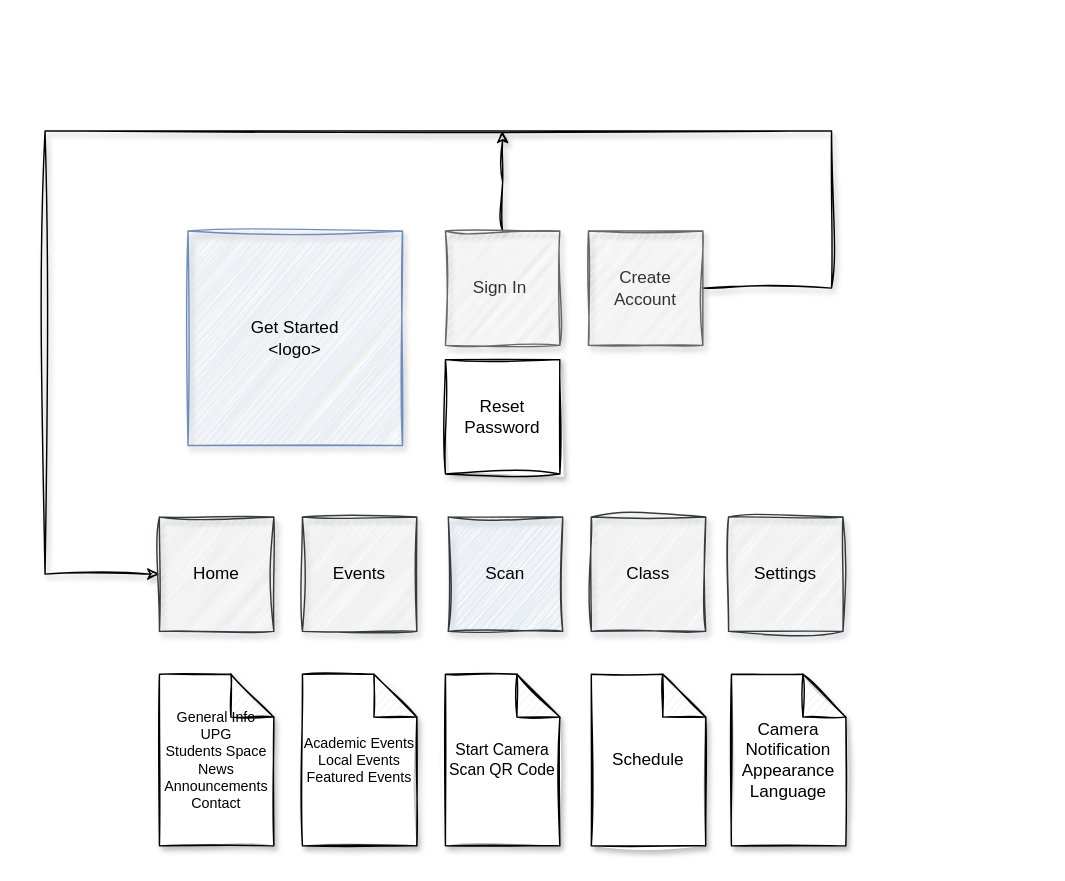
Before: UPG.drawio in drak0niii/UPG, a draw.io diagram. Source tidied: cells renumbered, new cells numbered last; positions are measured from the earlier drawing's top-left corner, leaving out a move shared by most shapes. Both pictures are drawn from the tidied source at 143%, with x=0, y=0 at pixel (44, 130).
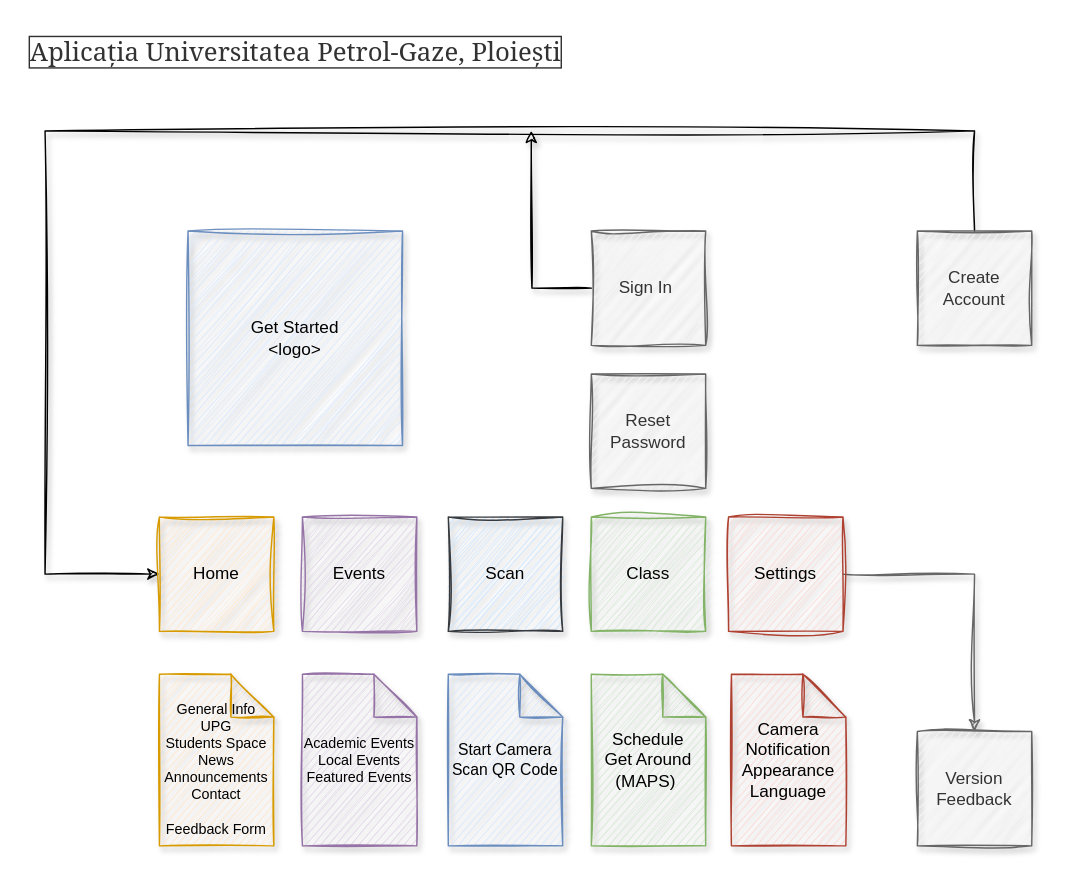
The same diagram, later.

Diff of the diagram source:
```diff
@@
-    <mxCell id="2" value="Class" style="whiteSpace=wrap;html=1;shadow=1;sketch=1;curveFitting=1;jiggle=2;fillColor=#eeeeee;strokeColor=#36393d;" parent="1" vertex="1">
+    <mxCell id="2" value="Class" style="whiteSpace=wrap;html=1;shadow=1;sketch=1;curveFitting=1;jiggle=2;fillColor=#d5e8d4;strokeColor=#82b366;" parent="1" vertex="1">
       <mxGeometry x="382" y="270" width="80" height="80" as="geometry" />
     </mxCell>
@@
-    <mxCell id="5" style="edgeStyle=orthogonalEdgeStyle;rounded=0;jettySize=auto;html=1;sketch=1;curveFitting=1;jiggle=2;shadow=1;" parent="1" edge="1" source="6">
-      <mxGeometry relative="1" as="geometry">
-        <mxPoint x="320" as="targetPoint" />
-      </mxGeometry>
-    </mxCell>
+    <mxCell id="18" style="edgeStyle=orthogonalEdgeStyle;rounded=0;sketch=1;jettySize=auto;html=1;shadow=1;" parent="1" edge="1" source="6">
+      <mxGeometry relative="1" as="geometry">
+        <mxPoint x="340" as="targetPoint" />
+      </mxGeometry>
+    </mxCell>
     <mxCell id="6" value="Sign In&amp;nbsp;" style="whiteSpace=wrap;html=1;shadow=1;sketch=1;curveFitting=1;jiggle=2;fillColor=#f5f5f5;fontColor=#333333;strokeColor=#666666;" parent="1" vertex="1">
-      <mxGeometry x="280" y="70" width="80" height="80" as="geometry" />
+      <mxGeometry x="382" y="70" width="80" height="80" as="geometry" />
     </mxCell>
-    <mxCell id="7" style="edgeStyle=orthogonalEdgeStyle;rounded=0;jettySize=auto;html=1;exitX=1;exitY=0.5;exitDx=0;exitDy=0;entryX=0;entryY=0.5;entryDx=0;entryDy=0;sketch=1;curveFitting=1;jiggle=2;shadow=1;" parent="1" edge="1" source="8" target="11">
+    <mxCell id="7" style="edgeStyle=orthogonalEdgeStyle;rounded=0;jettySize=auto;html=1;exitX=0.5;exitY=0;exitDx=0;exitDy=0;entryX=0;entryY=0.5;entryDx=0;entryDy=0;sketch=1;curveFitting=1;jiggle=2;shadow=1;" parent="1" edge="1" source="8" target="11">
       <mxGeometry relative="1" as="geometry">
         <Array as="points">
-          <mxPoint x="550" y="110" />
-          <mxPoint x="550" />
+          <mxPoint x="650" />
           <mxPoint />
           <mxPoint y="310" />
         </Array>
       </mxGeometry>
     </mxCell>
     <mxCell id="8" value="Create Account" style="whiteSpace=wrap;html=1;shadow=1;sketch=1;curveFitting=1;jiggle=2;fillColor=#f5f5f5;fontColor=#333333;strokeColor=#666666;" parent="1" vertex="1">
-      <mxGeometry x="380" y="70" width="80" height="80" as="geometry" />
+      <mxGeometry x="610" y="70" width="80" height="80" as="geometry" />
     </mxCell>
+    <mxCell id="19" style="edgeStyle=orthogonalEdgeStyle;rounded=0;jettySize=auto;html=1;entryX=0.5;entryY=0;entryDx=0;entryDy=0;fillColor=#f5f5f5;strokeColor=#666666;sketch=1;curveFitting=1;jiggle=2;shadow=1;" parent="1" edge="1" source="9" target="20">
+      <mxGeometry relative="1" as="geometry" />
+    </mxCell>
-    <mxCell id="9" value="Settings" style="whiteSpace=wrap;html=1;shadow=1;sketch=1;curveFitting=1;jiggle=2;fillColor=#eeeeee;strokeColor=#36393d;" parent="1" vertex="1">
+    <mxCell id="9" value="Settings" style="whiteSpace=wrap;html=1;shadow=1;sketch=1;curveFitting=1;jiggle=2;fillColor=#fad9d5;strokeColor=#ae4132;" parent="1" vertex="1">
       <mxGeometry x="478" y="270" width="80" height="80" as="geometry" />
     </mxCell>
-    <mxCell id="10" value="Events" style="whiteSpace=wrap;html=1;shadow=1;sketch=1;curveFitting=1;jiggle=2;fillColor=#eeeeee;strokeColor=#36393d;" parent="1" vertex="1">
+    <mxCell id="10" value="Events" style="whiteSpace=wrap;html=1;shadow=1;sketch=1;curveFitting=1;jiggle=2;fillColor=#e1d5e7;strokeColor=#9673a6;" parent="1" vertex="1">
       <mxGeometry x="180" y="270" width="80" height="80" as="geometry" />
     </mxCell>
-    <mxCell id="11" value="Home" style="whiteSpace=wrap;html=1;shadow=1;sketch=1;curveFitting=1;jiggle=2;fillColor=#eeeeee;strokeColor=#36393d;" parent="1" vertex="1">
+    <mxCell id="11" value="Home" style="whiteSpace=wrap;html=1;shadow=1;sketch=1;curveFitting=1;jiggle=2;fillColor=#ffe6cc;strokeColor=#d79b00;" parent="1" vertex="1">
       <mxGeometry x="80" y="270" width="80" height="80" as="geometry" />
     </mxCell>
-    <mxCell id="12" value="Reset Password" style="whiteSpace=wrap;html=1;shadow=1;sketch=1;curveFitting=1;jiggle=2;" parent="1" vertex="1">
-      <mxGeometry x="280" y="160" width="80" height="80" as="geometry" />
+    <mxCell id="12" value="Reset Password" style="whiteSpace=wrap;html=1;shadow=1;sketch=1;curveFitting=1;jiggle=2;fillColor=#f5f5f5;fontColor=#333333;strokeColor=#666666;" parent="1" vertex="1">
+      <mxGeometry x="382" y="170" width="80" height="80" as="geometry" />
     </mxCell>
-    <mxCell id="13" value="General Info UPG&lt;br style=&quot;font-size: 10px;&quot;&gt;Students Space&lt;br&gt;News&lt;br&gt;Announcements&lt;br&gt;Contact" style="shape=note;whiteSpace=wrap;html=1;backgroundOutline=1;darkOpacity=0.05;rounded=1;shadow=1;glass=0;sketch=1;fontSize=10;" parent="1" vertex="1">
+    <mxCell id="13" value="&lt;br&gt;General Info UPG&lt;br style=&quot;font-size: 10px;&quot;&gt;Students Space&lt;br&gt;News&lt;br&gt;Announcements&lt;br&gt;Contact&lt;br&gt;&lt;br&gt;Feedback Form" style="shape=note;whiteSpace=wrap;html=1;backgroundOutline=1;darkOpacity=0.05;rounded=1;shadow=1;glass=0;sketch=1;fontSize=10;fillColor=#ffe6cc;strokeColor=#d79b00;" parent="1" vertex="1">
       <mxGeometry x="80" y="380" width="80" height="120" as="geometry" />
     </mxCell>
-    <mxCell id="14" value="Academic Events&lt;br&gt;Local Events&lt;br&gt;Featured Events" style="shape=note;backgroundOutline=1;darkOpacity=0.05;rounded=1;shadow=1;glass=0;sketch=1;fontSize=10;horizontal=1;verticalAlign=middle;whiteSpace=wrap;html=1;" parent="1" vertex="1">
+    <mxCell id="14" value="Academic Events&lt;br&gt;Local Events&lt;br&gt;Featured Events" style="shape=note;backgroundOutline=1;darkOpacity=0.05;rounded=1;shadow=1;glass=0;sketch=1;fontSize=10;horizontal=1;verticalAlign=middle;whiteSpace=wrap;html=1;fillColor=#e1d5e7;strokeColor=#9673a6;" parent="1" vertex="1">
       <mxGeometry x="180" y="380" width="80" height="120" as="geometry" />
     </mxCell>
-    <mxCell id="15" value="Start Camera&lt;br style=&quot;font-size: 11px;&quot;&gt;Scan QR Code" style="shape=note;whiteSpace=wrap;html=1;backgroundOutline=1;darkOpacity=0.05;rounded=1;shadow=1;glass=0;sketch=1;fontSize=11;" parent="1" vertex="1">
-      <mxGeometry x="280" y="380" width="80" height="120" as="geometry" />
+    <mxCell id="15" value="Start Camera&lt;br style=&quot;font-size: 11px;&quot;&gt;Scan QR Code" style="shape=note;whiteSpace=wrap;html=1;backgroundOutline=1;darkOpacity=0.05;rounded=1;shadow=1;glass=0;sketch=1;fontSize=11;fillColor=#dae8fc;strokeColor=#6c8ebf;" parent="1" vertex="1">
+      <mxGeometry x="282" y="380" width="80" height="120" as="geometry" />
     </mxCell>
-    <mxCell id="16" value="Schedule" style="shape=note;whiteSpace=wrap;html=1;backgroundOutline=1;darkOpacity=0.05;rounded=1;shadow=1;glass=0;sketch=1;" parent="1" vertex="1">
+    <mxCell id="16" value="Schedule&lt;br&gt;Get Around &lt;br&gt;(MAPS)&amp;nbsp;" style="shape=note;whiteSpace=wrap;html=1;backgroundOutline=1;darkOpacity=0.05;rounded=1;shadow=1;glass=0;sketch=1;fillColor=#d5e8d4;strokeColor=#82b366;" parent="1" vertex="1">
       <mxGeometry x="382" y="380" width="80" height="120" as="geometry" />
     </mxCell>
-    <mxCell id="17" value="Camera&lt;br&gt;Notification&lt;br&gt;Appearance&lt;br&gt;Language" style="shape=note;whiteSpace=wrap;html=1;backgroundOutline=1;darkOpacity=0.05;rounded=1;shadow=1;glass=0;sketch=1;" parent="1" vertex="1">
+    <mxCell id="17" value="Camera&lt;br&gt;Notification&lt;br&gt;Appearance&lt;br&gt;Language" style="shape=note;whiteSpace=wrap;html=1;backgroundOutline=1;darkOpacity=0.05;rounded=1;shadow=1;glass=0;sketch=1;fillColor=#fad9d5;strokeColor=#ae4132;" parent="1" vertex="1">
       <mxGeometry x="480" y="380" width="80" height="120" as="geometry" />
     </mxCell>
+    <mxCell id="20" value="Version&lt;br&gt;Feedback" style="whiteSpace=wrap;html=1;shadow=1;sketch=1;curveFitting=1;jiggle=2;fillColor=#f5f5f5;fontColor=#333333;strokeColor=#666666;" parent="1" vertex="1">
+      <mxGeometry x="610" y="420" width="80" height="80" as="geometry" />
+    </mxCell>
+    <mxCell id="21" value="Aplicația Universitatea Petrol-Gaze, Ploiești" style="text;html=1;align=center;verticalAlign=middle;strokeColor=none;fillColor=none;rounded=1;glass=0;sketch=1;curveFitting=1;jiggle=2;shadow=1;labelBorderColor=default;labelBackgroundColor=default;textOpacity=80;fontSize=18;fontFamily=Georgia;" parent="1" vertex="1">
+      <mxGeometry x="-10" y="-70" width="370" height="30" as="geometry" />
+    </mxCell>
```
